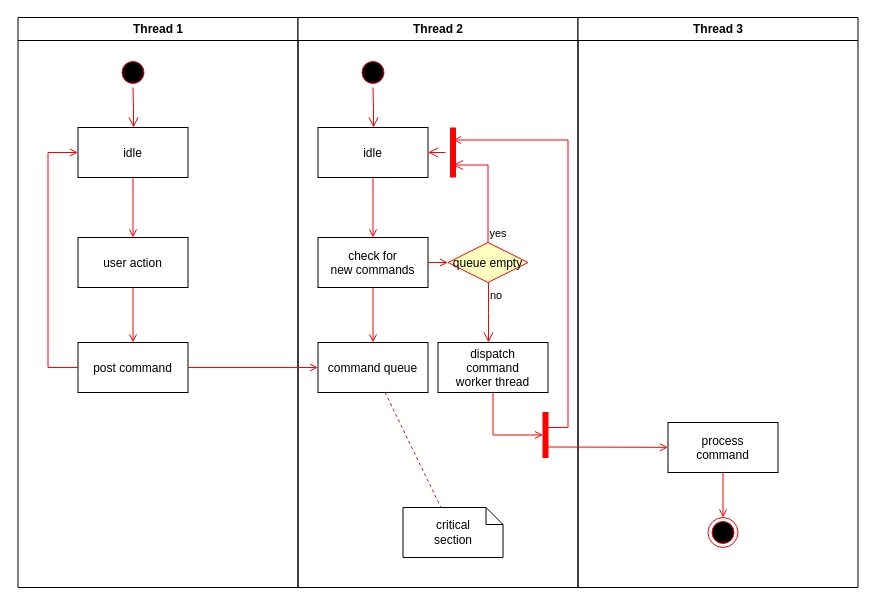
Above: 未命名绘图.drawio in Li-Hongpeng/Li-Hongpeng (draw.io), before the change. Source tidied: cells renumbered, new cells numbered last; positions are measured from the earlier drawing's top-left corner, leaving out a move shared by most shapes. Both pictures are drawn from the tidied source at 100%, with x=0, y=0 at pixel (17, 17).
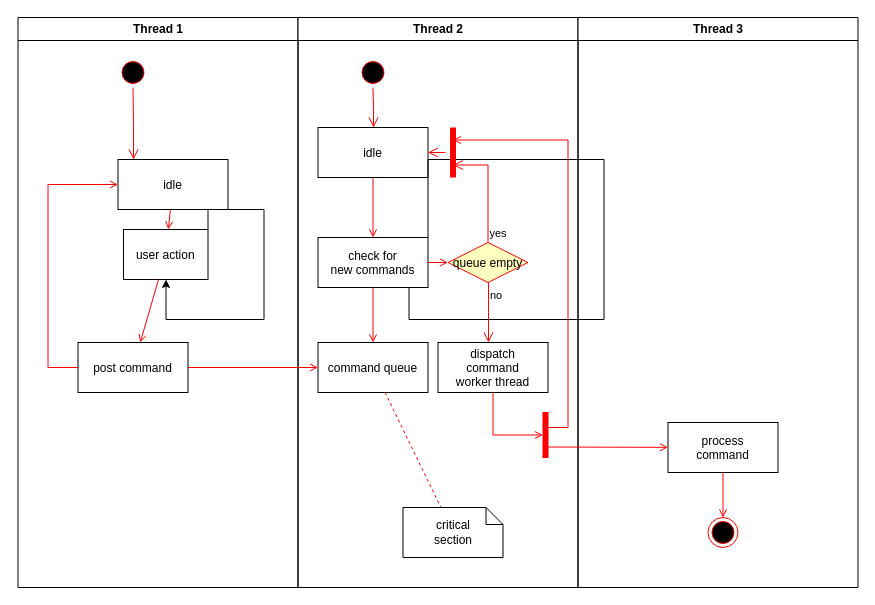
Above is the later version.

Commit message:
更新未命名绘图.drawio

The change refers to these unchanged cells:
```xml
<mxCell id="2" value="Thread 1" style="swimlane;whiteSpace=wrap;" parent="1" vertex="1">
  <mxGeometry x="0.5" width="280" height="570" as="geometry" />
</mxCell>
<mxCell id="11" value="Thread 2" style="swimlane;whiteSpace=wrap;" parent="1" vertex="1">
  <mxGeometry x="280.5" width="280" height="570" as="geometry" />
</mxCell>
<mxCell id="15" value="check for &#10;new commands" parent="11" vertex="1">
  <mxGeometry x="20" y="220" width="110" height="50" as="geometry" />
</mxCell>
```

What changed in the source:
```diff
@@
     <mxCell id="5" value="idle" parent="2" vertex="1">
-      <mxGeometry x="60" y="110" width="110" height="50" as="geometry" />
+      <mxGeometry x="100" y="142" width="110" height="50" as="geometry" />
     </mxCell>
     <mxCell id="6" value="user action" parent="2" vertex="1">
-      <mxGeometry x="60" y="220" width="110" height="50" as="geometry" />
+      <mxGeometry x="105.5" y="212" width="84.5" height="50" as="geometry" />
     </mxCell>
@@
+    <mxCell id="37" style="edgeStyle=orthogonalEdgeStyle;rounded=0;orthogonalLoop=1;jettySize=auto;html=1;exitX=1;exitY=0;exitDx=0;exitDy=0;" parent="2" edge="1" source="6" target="6">
+      <mxGeometry relative="1" as="geometry">
+        <Array as="points">
+          <mxPoint x="190" y="192" />
+          <mxPoint x="246" y="192" />
+          <mxPoint x="246" y="302" />
+          <mxPoint x="148" y="302" />
+        </Array>
+      </mxGeometry>
+    </mxCell>
@@
+    <mxCell id="38" style="edgeStyle=orthogonalEdgeStyle;rounded=0;jettySize=auto;html=1;exitX=1;exitY=0;exitDx=0;exitDy=0;" parent="11" edge="1" source="15">
+      <mxGeometry relative="1" as="geometry">
+        <mxPoint x="130.5" y="262" as="targetPoint" />
+        <Array as="points">
+          <mxPoint x="130" y="142" />
+          <mxPoint x="306" y="142" />
+          <mxPoint x="306" y="302" />
+          <mxPoint x="111" y="302" />
+          <mxPoint x="111" y="263" />
+        </Array>
+      </mxGeometry>
+    </mxCell>
```
